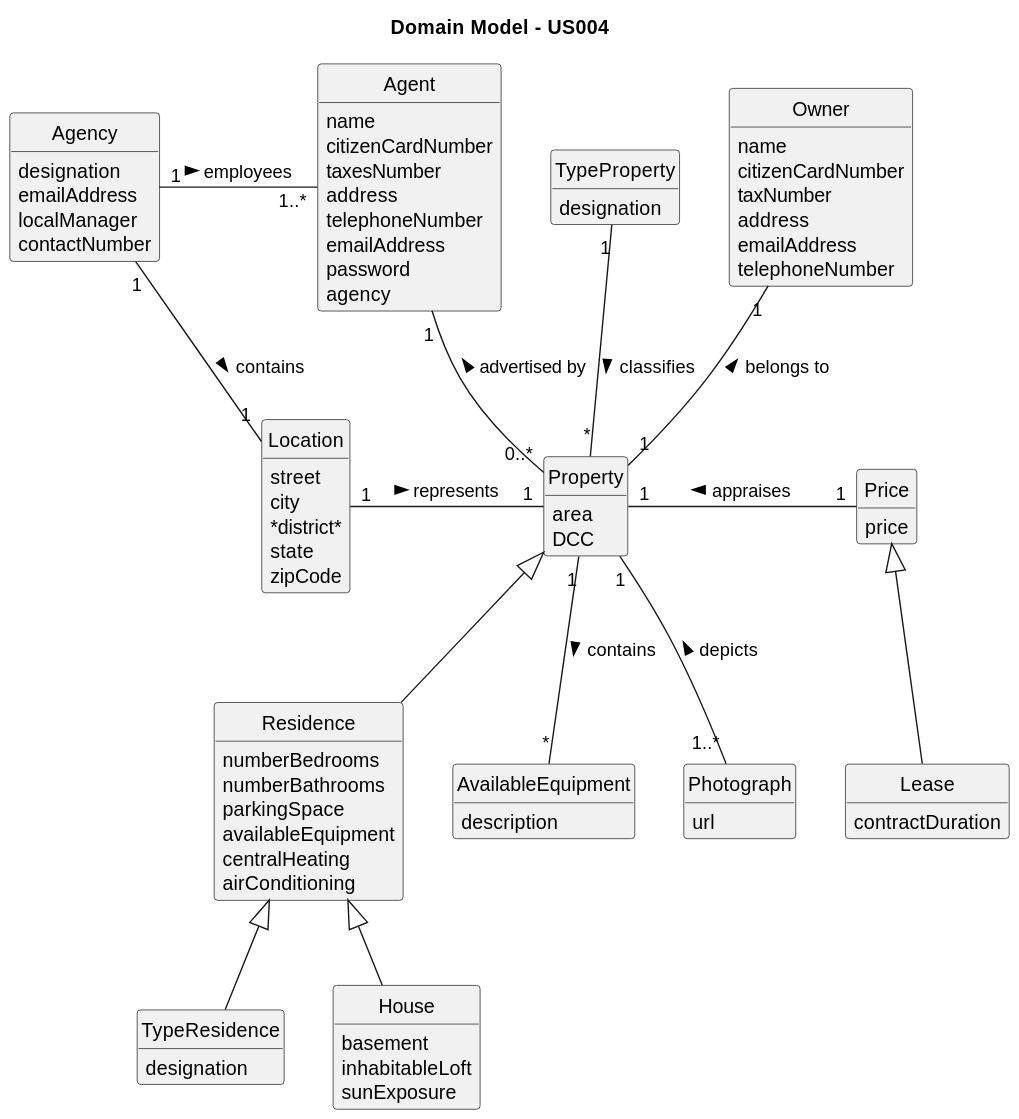
Above: docs/sprintA/us004/02.analysis/svg/us004-domain-model.svg in rita-barbosa/LAPR2-2223 (PlantUML), before the change. Its diagram source:
```plantuml
@startuml
skinparam monochrome true
skinparam packageStyle rectangle
skinparam shadowing false


skinparam classAttributeIconSize 0

hide circle
hide methods

title Domain Model - US004

class Property {
    area
    DCC
}

class Photograph{
    url
}

class Lease extends Price{
    contractDuration
}

class Price {
    price
}

class Residence extends Property{
    numberBedrooms
    numberBathrooms
    parkingSpace
    availableEquipment
    centralHeating
    airConditioning
}

class Location{
    street
    city
    *district*
    state
    zipCode
}

class TypeResidence extends Residence{
    designation
}

class TypeProperty{
    designation
}

class House extends Residence{
    basement
    inhabitableLoft
    sunExposure
}

class AvailableEquipment{
    description
}

class Agent {
    name
    citizenCardNumber
    taxesNumber
    address
    telephoneNumber
    emailAddress
    password
    agency
}

class Agency {
    designation
    emailAddress
    localManager
    contactNumber
}

class Owner {
    name
    citizenCardNumber
    taxNumber
    address
    emailAddress
    telephoneNumber
}

Agency "1" -- "1" Location : contains >
TypeProperty "1" -- "*" Property : classifies >
Price "1" -left- "1" Property : appraises >
Property "1" -up- "1" Owner : belongs to >
Agent "1" -down- "0..*" Property : < advertised by
Agency "1" -right- "1..*" Agent : employees >
Photograph "1..*" -up- "1" Property : depicts >
Location "1" -right- "1" Property : represents >
Property "1" -- "*" AvailableEquipment : contains >
@enduml
```
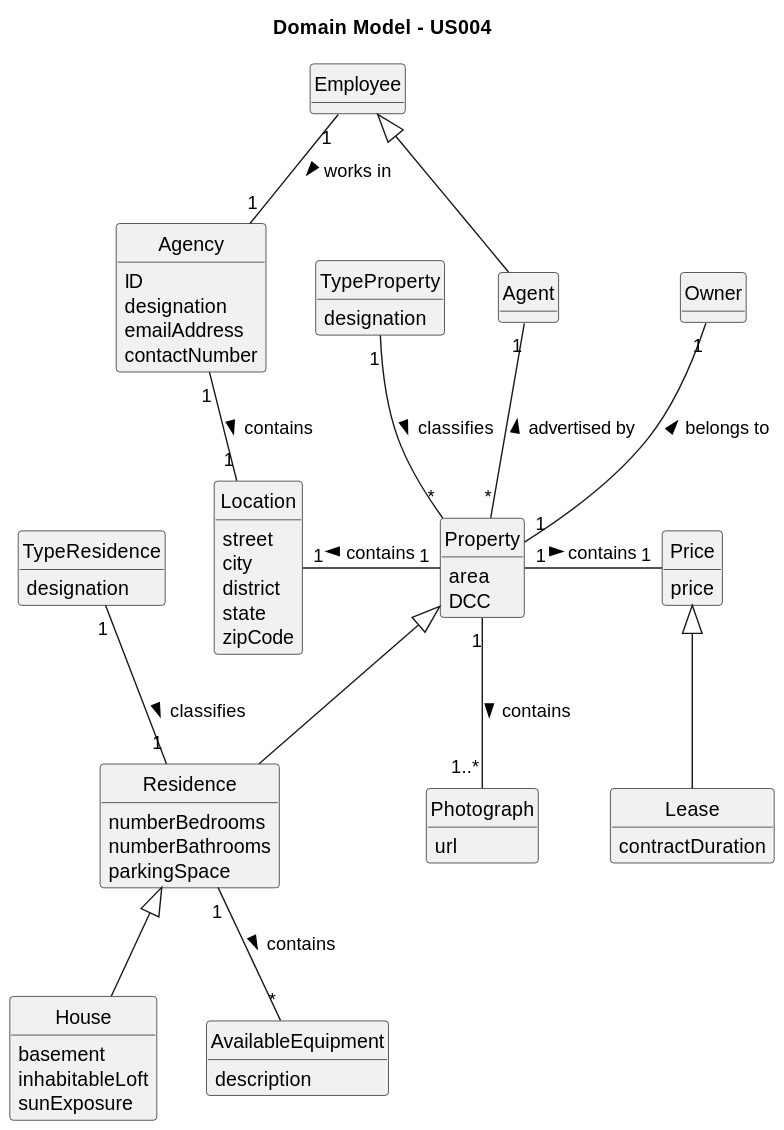
Later version of the same file.

The edit, as a diff of the source:
```diff
@@ -32,20 +32,18 @@
     numberBedrooms
     numberBathrooms
     parkingSpace
-    availableEquipment
-    centralHeating
-    airConditioning
+
 }
 
 class Location{
     street
     city
-    *district*
+    district
     state
     zipCode
 }
 
-class TypeResidence extends Residence{
+class TypeResidence{
     designation
 }
 
@@ -63,40 +61,27 @@
     description
 }
 
-class Agent {
-    name
-    citizenCardNumber
-    taxesNumber
-    address
-    telephoneNumber
+class Agent extends Employee{}
+
+class Agency {
+    ID
+    designation
     emailAddress
-    password
-    agency
+    contactNumber
+}
+class Employee{}
+class Owner {
 }
 
-class Agency {
-    designation
-    emailAddress
-    localManager
-    contactNumber
-}
 
-class Owner {
-    name
-    citizenCardNumber
-    taxNumber
-    address
-    emailAddress
-    telephoneNumber
-}
-
+Employee "1" -- "1" Agency: works in  >
 Agency "1" -- "1" Location : contains >
 TypeProperty "1" -- "*" Property : classifies >
-Price "1" -left- "1" Property : appraises >
+Price "1" -left- "1" Property : contains <
 Property "1" -up- "1" Owner : belongs to >
-Agent "1" -down- "0..*" Property : < advertised by
-Agency "1" -right- "1..*" Agent : employees >
-Photograph "1..*" -up- "1" Property : depicts >
-Location "1" -right- "1" Property : represents >
-Property "1" -- "*" AvailableEquipment : contains >
+Agent "1" -down- "*" Property : < advertised by
+Photograph "1..*" -up- "1" Property : contains <
+Location "1" -right- "1" Property : contains <
+Residence "1" -- "*" AvailableEquipment : contains >
+TypeResidence "1" -- "1" Residence: classifies >
 @enduml
```
